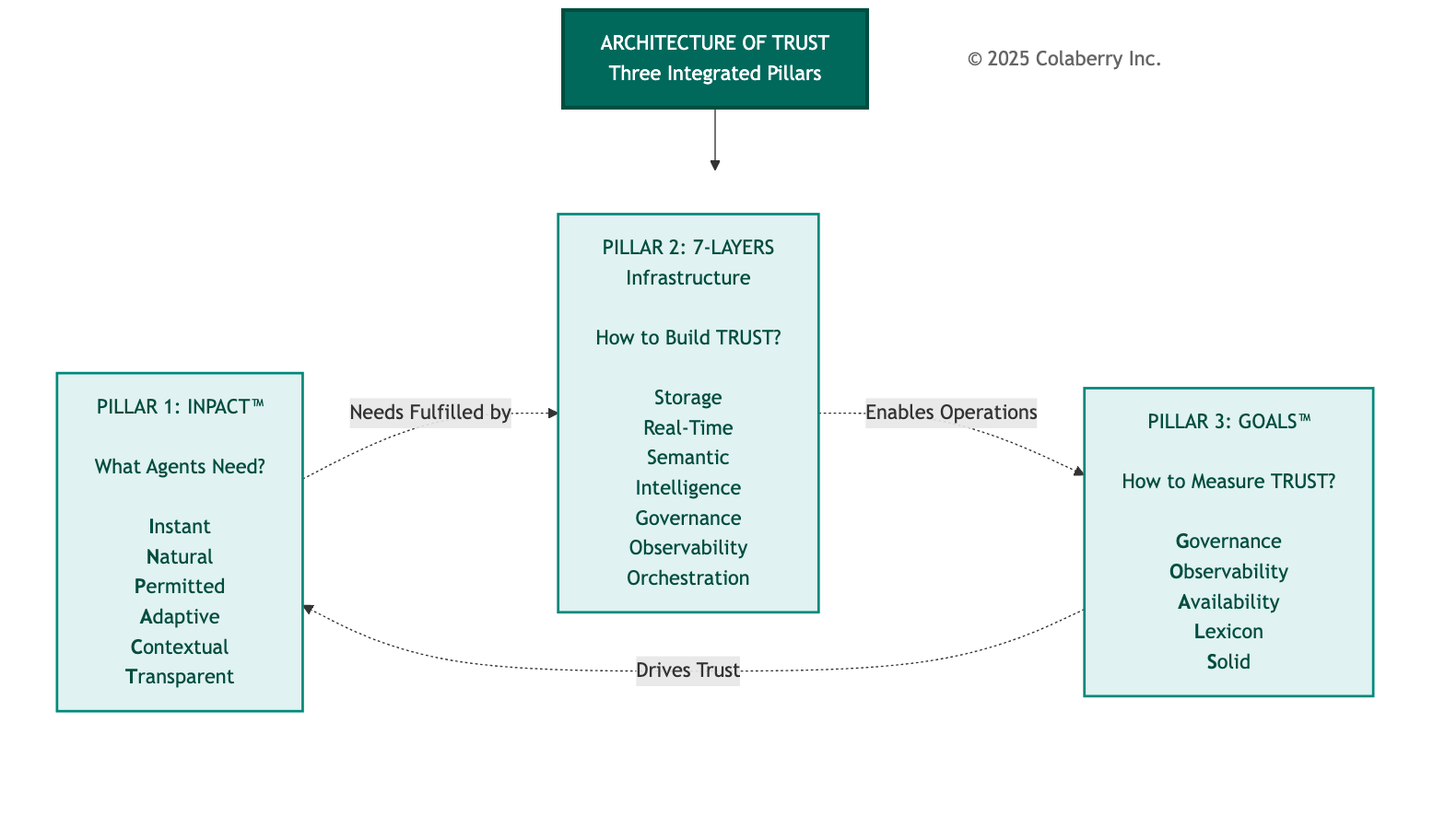
The Mermaid diagram manuscript/figures/01_chapter_0_trust_before_intelligence-diagram-04.png in saitejesh-cyber/trust-before-intelligence-book, before a commit. Its source is kept beside it as mermaid-source/01_chapter_0_trust_before_intelligence-diagram-04.mmd. Source of this version:
```mermaid
graph TB
    Title["ARCHITECTURE OF TRUST<br/>Three Integrated Pillars"]

    subgraph PILLARS[" "]
        direction LR
        INPACT["PILLAR 1: INPACT™<br/><br/>What Agents Need?<br/><br/><b>I</b>nstant<br/><b>N</b>atural<br/><b>P</b>ermitted<br/><b>A</b>daptive<br/><b>C</b>ontextual<br/><b>T</b>ransparent"]

        Layers["PILLAR 2: 7-LAYERS<br/>Infrastructure<br/><br/>How to Build TRUST?<br/><br/>Storage<br/>Real-Time<br/>Semantic<br/>Intelligence<br/>Governance<br/>Observability<br/>Orchestration"]

        GOALS["PILLAR 3: GOALS™<br/><br/>How to Measure TRUST?<br/><br/><b>G</b>overnance<br/><b>O</b>bservability<br/><b>A</b>vailability<br/><b>L</b>exicon<br/><b>S</b>olid"]
    end

    Copyright["© 2025 Colaberry Inc."]

    Title --> PILLARS

    INPACT -.->|"Needs Fulfilled by"| Layers
    Layers -.->|"Enables Operations"| GOALS
    GOALS -.->|"Drives Trust"| INPACT

    style Title fill:#00695c,color:#ffffff,stroke:#004d40,stroke-width:3px
    style PILLARS fill:none,stroke:none
    style INPACT fill:#e0f2f1,stroke:#00897b,stroke-width:2px,color:#004d40
    style Layers fill:#e0f2f1,stroke:#00897b,stroke-width:2px,color:#004d40
    style GOALS fill:#e0f2f1,stroke:#00897b,stroke-width:2px,color:#004d40
    style Copyright fill:#ffffff,stroke:none,color:#666666
```
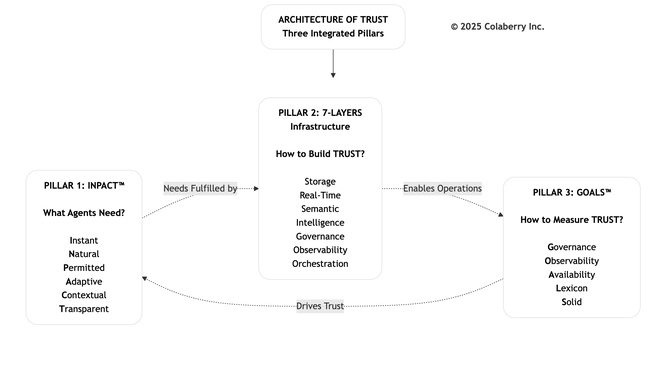
The same file after the commit.

What changed in the source:
```diff
@@ -1,16 +1,16 @@
 graph TB
-    Title["ARCHITECTURE OF TRUST<br/>Three Integrated Pillars"]
+    Title["<b>ARCHITECTURE OF TRUST</b><br/><b>Three Integrated Pillars</b>"]
 
     subgraph PILLARS[" "]
         direction LR
-        INPACT["PILLAR 1: INPACT™<br/><br/>What Agents Need?<br/><br/><b>I</b>nstant<br/><b>N</b>atural<br/><b>P</b>ermitted<br/><b>A</b>daptive<br/><b>C</b>ontextual<br/><b>T</b>ransparent"]
+        INPACT["<b>PILLAR 1: INPACT™</b><br/><br/><b>What Agents Need?</b><br/><br/><b>I</b>nstant<br/><b>N</b>atural<br/><b>P</b>ermitted<br/><b>A</b>daptive<br/><b>C</b>ontextual<br/><b>T</b>ransparent"]
 
-        Layers["PILLAR 2: 7-LAYERS<br/>Infrastructure<br/><br/>How to Build TRUST?<br/><br/>Storage<br/>Real-Time<br/>Semantic<br/>Intelligence<br/>Governance<br/>Observability<br/>Orchestration"]
+        Layers["<b>PILLAR 2: 7-LAYERS</b><br/><b>Infrastructure</b><br/><br/><b>How to Build TRUST?</b><br/><br/>Storage<br/>Real-Time<br/>Semantic<br/>Intelligence<br/>Governance<br/>Observability<br/>Orchestration"]
 
-        GOALS["PILLAR 3: GOALS™<br/><br/>How to Measure TRUST?<br/><br/><b>G</b>overnance<br/><b>O</b>bservability<br/><b>A</b>vailability<br/><b>L</b>exicon<br/><b>S</b>olid"]
+        GOALS["<b>PILLAR 3: GOALS™</b><br/><br/><b>How to Measure TRUST?</b><br/><br/><b>G</b>overnance<br/><b>O</b>bservability<br/><b>A</b>vailability<br/><b>L</b>exicon<br/><b>S</b>olid"]
     end
 
-    Copyright["© 2025 Colaberry Inc."]
+    Copyright["<b>© 2025 Colaberry Inc.</b>"]
 
     Title --> PILLARS
 
@@ -18,9 +18,9 @@
     Layers -.->|"Enables Operations"| GOALS
     GOALS -.->|"Drives Trust"| INPACT
 
-    style Title fill:#00695c,color:#ffffff,stroke:#004d40,stroke-width:3px
+    style Title fill:#ffffff,stroke:#e0e0e0,stroke-width:1px,color:#000000,rx:20,ry:20
     style PILLARS fill:none,stroke:none
-    style INPACT fill:#e0f2f1,stroke:#00897b,stroke-width:2px,color:#004d40
-    style Layers fill:#e0f2f1,stroke:#00897b,stroke-width:2px,color:#004d40
-    style GOALS fill:#e0f2f1,stroke:#00897b,stroke-width:2px,color:#004d40
-    style Copyright fill:#ffffff,stroke:none,color:#666666
+        style INPACT fill:#ffffff,stroke:#e0e0e0,stroke-width:1px,color:#000000,rx:20,ry:20
+        style Layers fill:#ffffff,stroke:#e0e0e0,stroke-width:1px,color:#000000,rx:20,ry:20
+        style GOALS fill:#ffffff,stroke:#e0e0e0,stroke-width:1px,color:#000000,rx:20,ry:20
+    style Copyright fill:none,stroke:none,color:#333333
```
